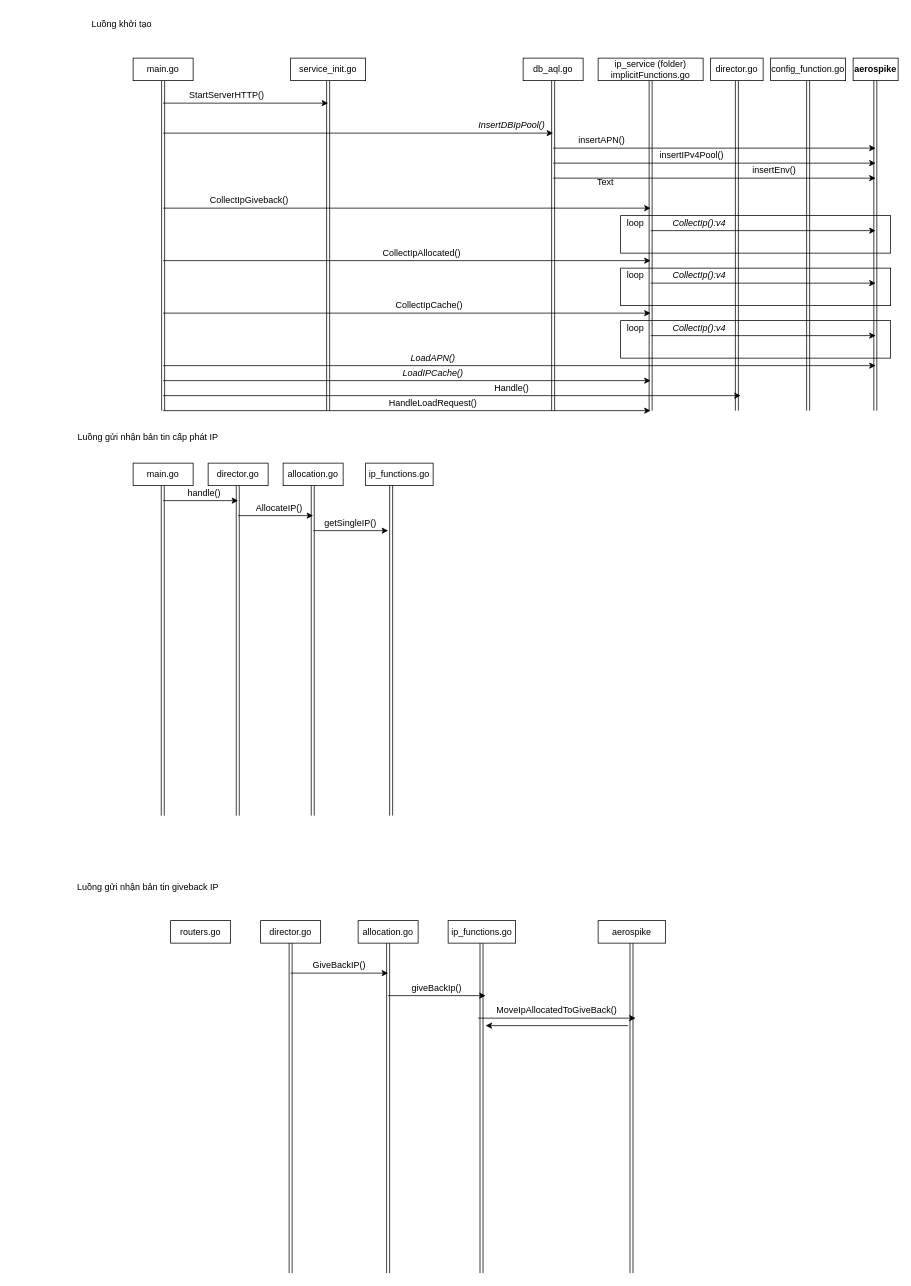
trinhmn49/Thuc_hanh_PTUDDD keeps this draw.io diagram as Biểu đồ không có tiêu đề.drawio. Above is the earlier version. Source tidied: cells renumbered, new cells numbered last; positions are measured from the earlier drawing's top-left corner, leaving out a move shared by most shapes. Both pictures are drawn from the tidied source at 75%, with x=0, y=0 at pixel (73, 13).
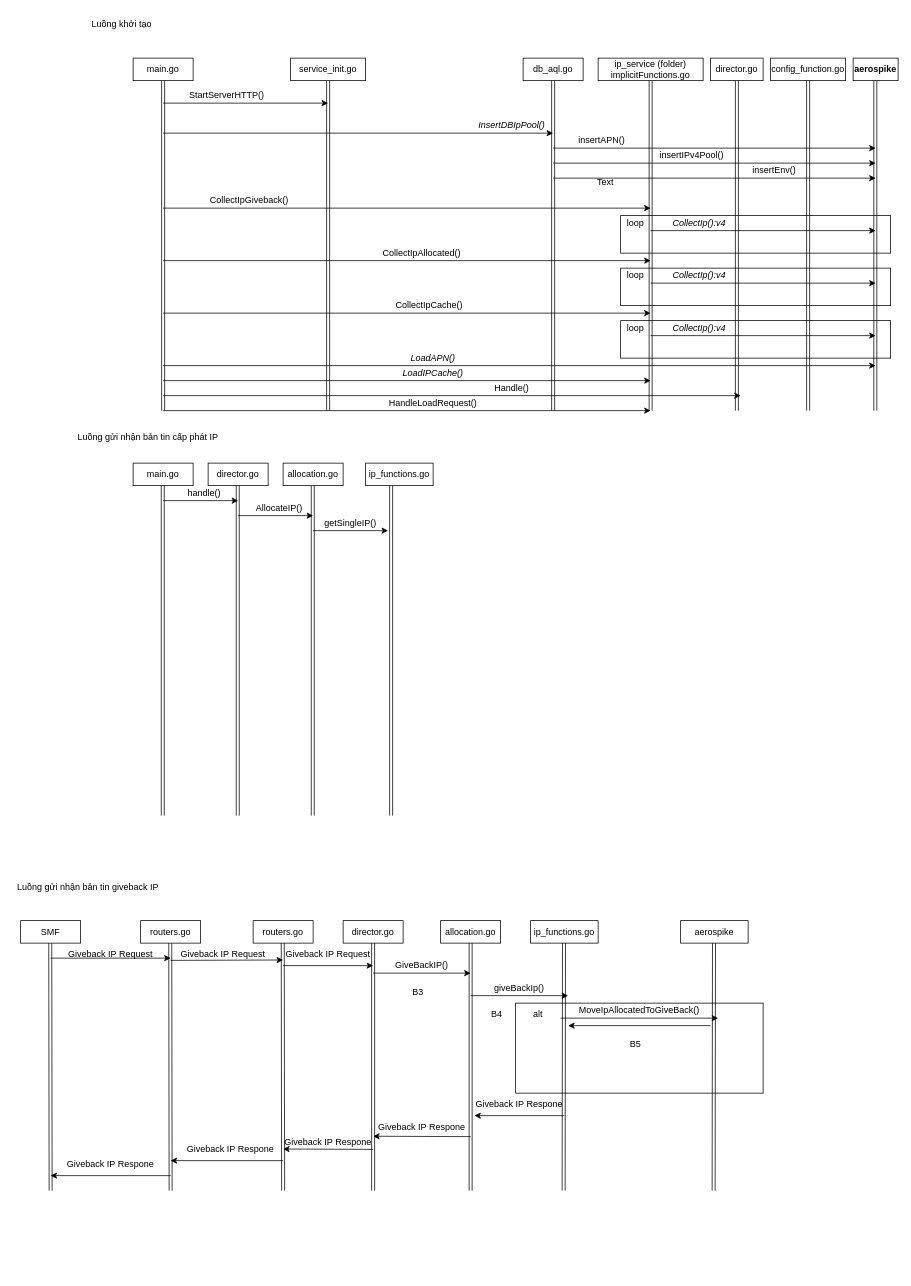
After the change.

Commit message (it also covers changes not shown here):
Cập nhật Biểu đồ không có tiêu đề.drawio

What changed in the source:
```diff
@@
     <mxCell id="68" value="Luồng gửi nhận bản tin giveback IP" style="text;html=1;strokeColor=none;fillColor=none;align=center;verticalAlign=middle;whiteSpace=wrap;rounded=0;" parent="1" vertex="1">
-      <mxGeometry y="1150" width="200" height="30" as="geometry" />
+      <mxGeometry x="-80" y="1150" width="200" height="30" as="geometry" />
     </mxCell>
     <mxCell id="69" value="routers.go" style="rounded=0;whiteSpace=wrap;html=1;" parent="1" vertex="1">
-      <mxGeometry x="130" y="1210" width="80" height="30" as="geometry" />
+      <mxGeometry x="240" y="1210" width="80" height="30" as="geometry" />
     </mxCell>
     <mxCell id="70" value="director.go" style="rounded=0;whiteSpace=wrap;html=1;" parent="1" vertex="1">
-      <mxGeometry x="250" y="1210" width="80" height="30" as="geometry" />
+      <mxGeometry x="360" y="1210" width="80" height="30" as="geometry" />
     </mxCell>
     <mxCell id="71" style="rounded=0;orthogonalLoop=1;jettySize=auto;html=1;exitX=0.5;exitY=1;exitDx=0;exitDy=0;shape=link;" parent="1" edge="1">
       <mxGeometry relative="1" as="geometry">
-        <mxPoint x="290" y="1240" as="sourcePoint" />
-        <mxPoint x="290" y="1680" as="targetPoint" />
+        <mxPoint x="400" y="1240" as="sourcePoint" />
+        <mxPoint x="400" y="1570" as="targetPoint" />
       </mxGeometry>
     </mxCell>
     <mxCell id="72" value="allocation.go" style="rounded=0;whiteSpace=wrap;html=1;" parent="1" vertex="1">
-      <mxGeometry x="380" y="1210" width="80" height="30" as="geometry" />
+      <mxGeometry x="490" y="1210" width="80" height="30" as="geometry" />
     </mxCell>
     <mxCell id="73" style="rounded=0;orthogonalLoop=1;jettySize=auto;html=1;exitX=0.5;exitY=1;exitDx=0;exitDy=0;shape=link;" parent="1" edge="1">
       <mxGeometry relative="1" as="geometry">
-        <mxPoint x="420" y="1240" as="sourcePoint" />
-        <mxPoint x="420" y="1680" as="targetPoint" />
+        <mxPoint x="530" y="1240" as="sourcePoint" />
+        <mxPoint x="530" y="1570" as="targetPoint" />
       </mxGeometry>
     </mxCell>
     <mxCell id="74" value="GiveBackIP()" style="text;html=1;strokeColor=none;fillColor=none;align=center;verticalAlign=middle;whiteSpace=wrap;rounded=0;" parent="1" vertex="1">
-      <mxGeometry x="300" y="1260" width="110" height="20" as="geometry" />
+      <mxGeometry x="410" y="1260" width="110" height="20" as="geometry" />
     </mxCell>
     <mxCell id="75" style="endArrow=classic;html=1;rounded=0;" parent="1" edge="1">
       <mxGeometry relative="1" as="geometry">
-        <mxPoint x="290" y="1280" as="sourcePoint" />
-        <mxPoint x="420" y="1280" as="targetPoint" />
+        <mxPoint x="400" y="1280" as="sourcePoint" />
+        <mxPoint x="530" y="1280" as="targetPoint" />
       </mxGeometry>
     </mxCell>
     <mxCell id="76" value="ip_functions.go" style="rounded=0;whiteSpace=wrap;html=1;" parent="1" vertex="1">
-      <mxGeometry x="500" y="1210" width="90" height="30" as="geometry" />
+      <mxGeometry x="610" y="1210" width="90" height="30" as="geometry" />
     </mxCell>
     <mxCell id="77" style="rounded=0;orthogonalLoop=1;jettySize=auto;html=1;exitX=0.5;exitY=1;exitDx=0;exitDy=0;shape=link;" parent="1" edge="1">
       <mxGeometry relative="1" as="geometry">
-        <mxPoint x="544.5" y="1240" as="sourcePoint" />
-        <mxPoint x="544.5" y="1680" as="targetPoint" />
+        <mxPoint x="654.5" y="1240" as="sourcePoint" />
+        <mxPoint x="654" y="1570" as="targetPoint" />
       </mxGeometry>
     </mxCell>
     <mxCell id="78" value="giveBackIp()" style="text;html=1;strokeColor=none;fillColor=none;align=center;verticalAlign=middle;whiteSpace=wrap;rounded=0;" parent="1" vertex="1">
-      <mxGeometry x="430" y="1290" width="110" height="20" as="geometry" />
+      <mxGeometry x="540" y="1290" width="110" height="20" as="geometry" />
     </mxCell>
     <mxCell id="79" style="endArrow=classic;html=1;rounded=0;" parent="1" edge="1">
       <mxGeometry relative="1" as="geometry">
-        <mxPoint x="420" y="1310" as="sourcePoint" />
-        <mxPoint x="550" y="1310" as="targetPoint" />
+        <mxPoint x="530" y="1310" as="sourcePoint" />
+        <mxPoint x="660" y="1310" as="targetPoint" />
       </mxGeometry>
     </mxCell>
     <mxCell id="80" value="aerospike" style="rounded=0;whiteSpace=wrap;html=1;" parent="1" vertex="1">
-      <mxGeometry x="700" y="1210" width="90" height="30" as="geometry" />
+      <mxGeometry x="810" y="1210" width="90" height="30" as="geometry" />
     </mxCell>
     <mxCell id="81" style="rounded=0;orthogonalLoop=1;jettySize=auto;html=1;exitX=0.5;exitY=1;exitDx=0;exitDy=0;shape=link;" parent="1" edge="1">
       <mxGeometry relative="1" as="geometry">
-        <mxPoint x="744.5" y="1240" as="sourcePoint" />
-        <mxPoint x="744.5" y="1680" as="targetPoint" />
+        <mxPoint x="854.5" y="1240" as="sourcePoint" />
+        <mxPoint x="854" y="1570" as="targetPoint" />
       </mxGeometry>
     </mxCell>
     <mxCell id="82" value="MoveIpAllocatedToGiveBack()" style="text;html=1;strokeColor=none;fillColor=none;align=center;verticalAlign=middle;whiteSpace=wrap;rounded=0;" parent="1" vertex="1">
-      <mxGeometry x="590" y="1320" width="110" height="20" as="geometry" />
+      <mxGeometry x="700" y="1320" width="110" height="20" as="geometry" />
     </mxCell>
     <mxCell id="83" style="endArrow=classic;html=1;rounded=0;" parent="1" edge="1">
       <mxGeometry relative="1" as="geometry">
-        <mxPoint x="540" y="1340" as="sourcePoint" />
-        <mxPoint x="750" y="1340" as="targetPoint" />
+        <mxPoint x="650" y="1340" as="sourcePoint" />
+        <mxPoint x="860" y="1340" as="targetPoint" />
       </mxGeometry>
     </mxCell>
     <mxCell id="84" style="endArrow=classic;html=1;rounded=0;" parent="1" edge="1">
       <mxGeometry relative="1" as="geometry">
-        <mxPoint x="740" y="1350" as="sourcePoint" />
-        <mxPoint x="550" y="1350" as="targetPoint" />
+        <mxPoint x="850" y="1350" as="sourcePoint" />
+        <mxPoint x="660" y="1350" as="targetPoint" />
       </mxGeometry>
     </mxCell>
@@
+    <mxCell id="86" style="rounded=0;whiteSpace=wrap;html=1;fillColor=none;" parent="1" vertex="1">
+      <mxGeometry x="590" y="1320" width="330" height="120" as="geometry" />
+    </mxCell>
+    <mxCell id="87" value="alt" style="text;html=1;strokeColor=none;fillColor=none;align=center;verticalAlign=middle;whiteSpace=wrap;rounded=0;" parent="1" vertex="1">
+      <mxGeometry x="590" y="1320" width="60" height="30" as="geometry" />
+    </mxCell>
+    <mxCell id="88" value="B3" style="text;html=1;strokeColor=none;fillColor=none;align=center;verticalAlign=middle;whiteSpace=wrap;rounded=0;" parent="1" vertex="1">
+      <mxGeometry x="430" y="1290" width="60" height="30" as="geometry" />
+    </mxCell>
+    <mxCell id="89" value="B4" style="text;html=1;strokeColor=none;fillColor=none;align=center;verticalAlign=middle;whiteSpace=wrap;rounded=0;" parent="1" vertex="1">
+      <mxGeometry x="535" y="1320" width="60" height="30" as="geometry" />
+    </mxCell>
+    <mxCell id="90" value="B5" style="text;html=1;strokeColor=none;fillColor=none;align=center;verticalAlign=middle;whiteSpace=wrap;rounded=0;" parent="1" vertex="1">
+      <mxGeometry x="720" y="1360" width="60" height="30" as="geometry" />
+    </mxCell>
+    <mxCell id="91" style="endArrow=classic;html=1;rounded=0;" parent="1" edge="1">
+      <mxGeometry relative="1" as="geometry">
+        <mxPoint x="280" y="1270" as="sourcePoint" />
+        <mxPoint x="400" y="1270" as="targetPoint" />
+      </mxGeometry>
+    </mxCell>
+    <mxCell id="92" style="rounded=0;orthogonalLoop=1;jettySize=auto;html=1;exitX=0.5;exitY=1;exitDx=0;exitDy=0;shape=link;" parent="1" edge="1">
+      <mxGeometry relative="1" as="geometry">
+        <mxPoint x="279.5" y="1240" as="sourcePoint" />
+        <mxPoint x="280" y="1570" as="targetPoint" />
+      </mxGeometry>
+    </mxCell>
+    <mxCell id="93" value="Giveback IP Request" style="text;html=1;strokeColor=none;fillColor=none;align=center;verticalAlign=middle;whiteSpace=wrap;rounded=0;" parent="1" vertex="1">
+      <mxGeometry x="280" y="1240" width="120" height="30" as="geometry" />
+    </mxCell>
+    <mxCell id="94" value="routers.go" style="rounded=0;whiteSpace=wrap;html=1;" parent="1" vertex="1">
+      <mxGeometry x="90" y="1210" width="80" height="30" as="geometry" />
+    </mxCell>
+    <mxCell id="95" style="rounded=0;orthogonalLoop=1;jettySize=auto;html=1;exitX=0.5;exitY=1;exitDx=0;exitDy=0;shape=link;" parent="1" edge="1">
+      <mxGeometry relative="1" as="geometry">
+        <mxPoint x="129.5" y="1240" as="sourcePoint" />
+        <mxPoint x="130" y="1570" as="targetPoint" />
+      </mxGeometry>
+    </mxCell>
+    <mxCell id="96" value="Giveback IP Request" style="text;html=1;strokeColor=none;fillColor=none;align=center;verticalAlign=middle;whiteSpace=wrap;rounded=0;" parent="1" vertex="1">
+      <mxGeometry x="140" y="1240" width="120" height="30" as="geometry" />
+    </mxCell>
+    <mxCell id="97" style="endArrow=classic;html=1;rounded=0;entryX=0;entryY=0.75;entryDx=0;entryDy=0;" parent="1" edge="1" target="93">
+      <mxGeometry relative="1" as="geometry">
+        <mxPoint x="130" y="1263" as="sourcePoint" />
+      </mxGeometry>
+    </mxCell>
+    <mxCell id="98" style="endArrow=classic;html=1;rounded=0;" parent="1" edge="1">
+      <mxGeometry relative="1" as="geometry">
+        <mxPoint x="655" y="1470" as="sourcePoint" />
+        <mxPoint x="535" y="1470" as="targetPoint" />
+      </mxGeometry>
+    </mxCell>
+    <mxCell id="99" value="Giveback IP Respone" style="text;html=1;strokeColor=none;fillColor=none;align=center;verticalAlign=middle;whiteSpace=wrap;rounded=0;" parent="1" vertex="1">
+      <mxGeometry x="535" y="1440" width="120" height="30" as="geometry" />
+    </mxCell>
+    <mxCell id="100" value="Giveback IP Respone" style="text;html=1;strokeColor=none;fillColor=none;align=center;verticalAlign=middle;whiteSpace=wrap;rounded=0;" parent="1" vertex="1">
+      <mxGeometry x="405" y="1470" width="120" height="30" as="geometry" />
+    </mxCell>
+    <mxCell id="101" value="Giveback IP Respone" style="text;html=1;strokeColor=none;fillColor=none;align=center;verticalAlign=middle;whiteSpace=wrap;rounded=0;" parent="1" vertex="1">
+      <mxGeometry x="280" y="1490" width="120" height="30" as="geometry" />
+    </mxCell>
+    <mxCell id="102" value="Giveback IP Respone" style="text;html=1;strokeColor=none;fillColor=none;align=center;verticalAlign=middle;whiteSpace=wrap;rounded=0;" parent="1" vertex="1">
+      <mxGeometry x="150" y="1500" width="120" height="30" as="geometry" />
+    </mxCell>
+    <mxCell id="103" style="endArrow=classic;html=1;rounded=0;entryX=1;entryY=0.25;entryDx=0;entryDy=0;" parent="1" edge="1" target="101">
+      <mxGeometry relative="1" as="geometry">
+        <mxPoint x="530" y="1498" as="sourcePoint" />
+      </mxGeometry>
+    </mxCell>
+    <mxCell id="104" style="endArrow=classic;html=1;rounded=0;entryX=1;entryY=0.25;entryDx=0;entryDy=0;" parent="1" edge="1">
+      <mxGeometry relative="1" as="geometry">
+        <mxPoint x="400" y="1515" as="sourcePoint" />
+        <mxPoint x="280" y="1514.5" as="targetPoint" />
+      </mxGeometry>
+    </mxCell>
+    <mxCell id="105" style="endArrow=classic;html=1;rounded=0;entryX=1;entryY=0.25;entryDx=0;entryDy=0;" parent="1" edge="1">
+      <mxGeometry relative="1" as="geometry">
+        <mxPoint x="280" y="1530" as="sourcePoint" />
+        <mxPoint x="130" y="1530" as="targetPoint" />
+      </mxGeometry>
+    </mxCell>
+    <mxCell id="106" value="SMF" style="rounded=0;whiteSpace=wrap;html=1;" parent="1" vertex="1">
+      <mxGeometry x="-70" y="1210" width="80" height="30" as="geometry" />
+    </mxCell>
+    <mxCell id="107" style="rounded=0;orthogonalLoop=1;jettySize=auto;html=1;exitX=0.5;exitY=1;exitDx=0;exitDy=0;shape=link;" parent="1" edge="1">
+      <mxGeometry relative="1" as="geometry">
+        <mxPoint x="-30.5" y="1240" as="sourcePoint" />
+        <mxPoint x="-30" y="1570" as="targetPoint" />
+      </mxGeometry>
+    </mxCell>
+    <mxCell id="108" value="Giveback IP Request" style="text;html=1;strokeColor=none;fillColor=none;align=center;verticalAlign=middle;whiteSpace=wrap;rounded=0;" parent="1" vertex="1">
+      <mxGeometry x="-10" y="1240" width="120" height="30" as="geometry" />
+    </mxCell>
+    <mxCell id="109" value="Giveback IP Respone" style="text;html=1;strokeColor=none;fillColor=none;align=center;verticalAlign=middle;whiteSpace=wrap;rounded=0;" parent="1" vertex="1">
+      <mxGeometry x="-10" y="1520" width="120" height="30" as="geometry" />
+    </mxCell>
+    <mxCell id="110" style="endArrow=classic;html=1;rounded=0;" parent="1" edge="1">
+      <mxGeometry relative="1" as="geometry">
+        <mxPoint x="-30" y="1260" as="sourcePoint" />
+        <mxPoint x="130" y="1260" as="targetPoint" />
+      </mxGeometry>
+    </mxCell>
+    <mxCell id="111" style="endArrow=classic;html=1;rounded=0;entryX=1;entryY=0.25;entryDx=0;entryDy=0;" parent="1" edge="1">
+      <mxGeometry relative="1" as="geometry">
+        <mxPoint x="130" y="1550" as="sourcePoint" />
+        <mxPoint x="-30" y="1550" as="targetPoint" />
+      </mxGeometry>
+    </mxCell>
```
